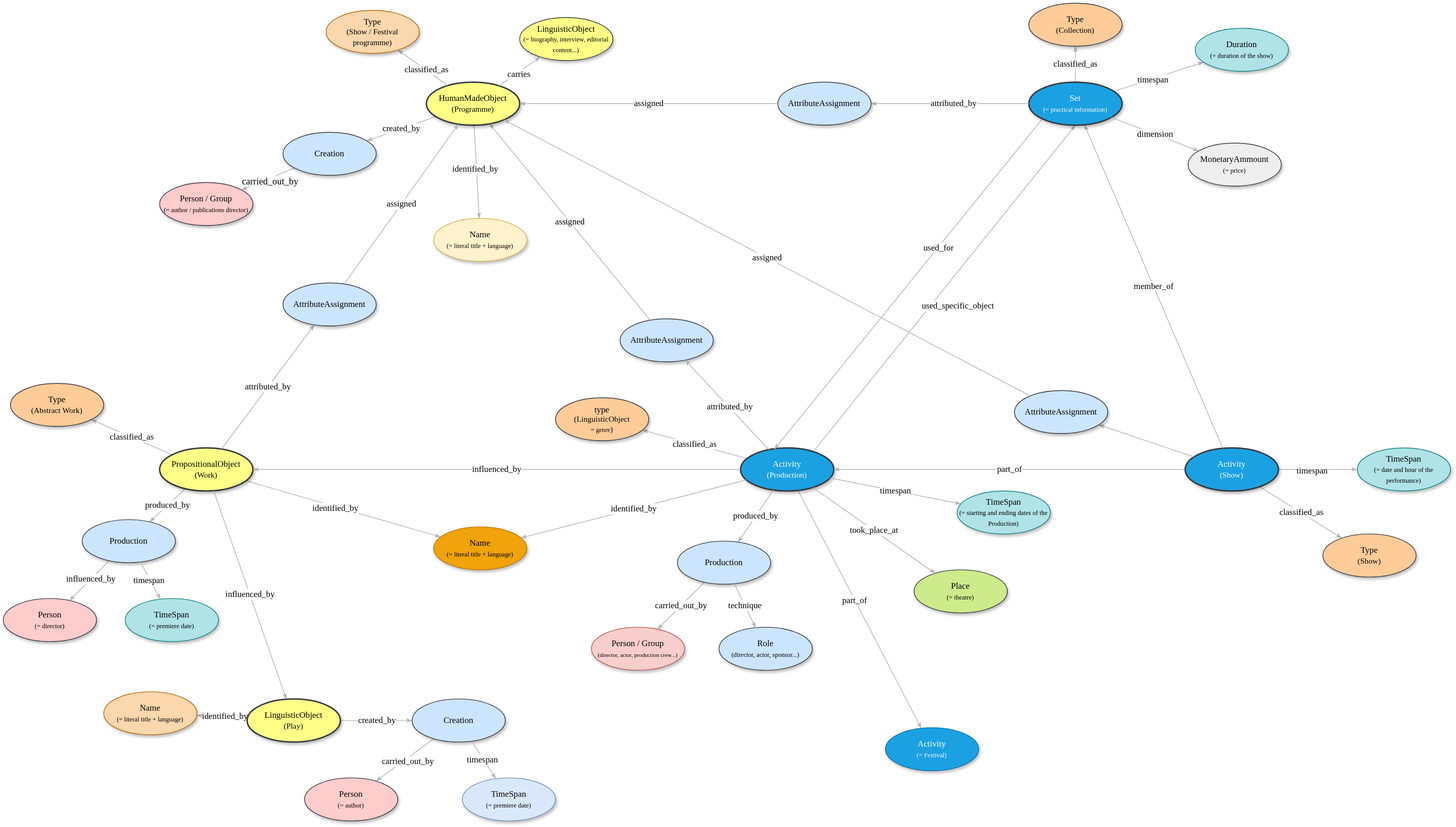
Above: Figures-Cookbook/Global.drawio.svg in stage-to-data/linked-art-pa (draw.io), before the change. Source tidied: cells renumbered, new cells last; positions are measured from the earlier drawing's top-left corner, leaving out a move shared by most shapes.
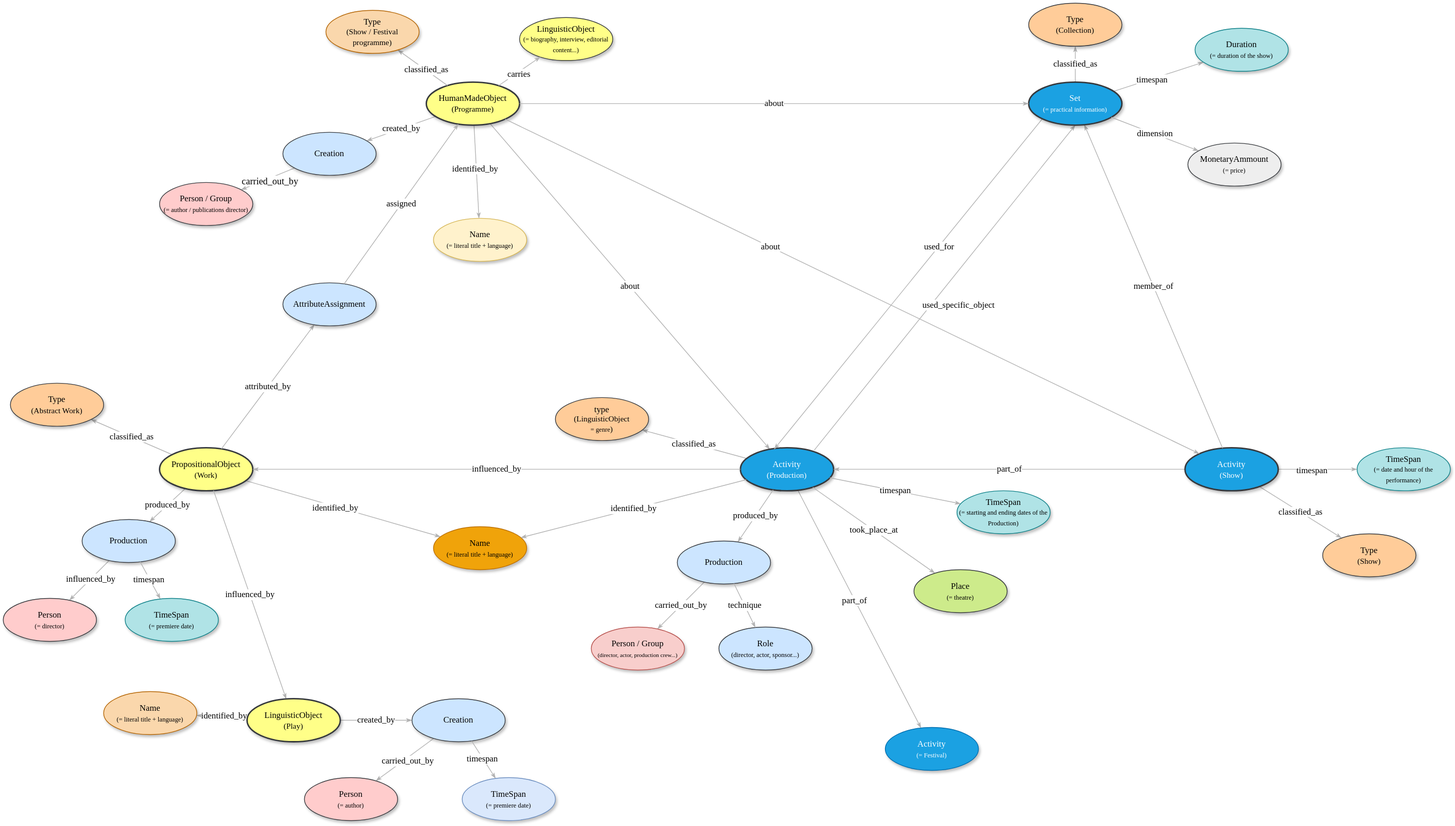
The same file after the commit.

Diff of the diagram source:
```diff
@@ -48,13 +48,10 @@
     <mxCell id="15" value="&lt;span&gt;TimeSpan&lt;/span&gt;&lt;div&gt;&lt;span&gt;&lt;font style=&quot;font-size: 9px;&quot;&gt;(= premiere date)&lt;/font&gt;&lt;/span&gt;&lt;/div&gt;" style="ellipse;whiteSpace=wrap;html=1;rounded=0;shadow=1;comic=0;labelBackgroundColor=none;strokeWidth=1;fontFamily=Verdana;fontSize=12;align=center;fillColor=#b0e3e6;strokeColor=#0e8088;" parent="1" vertex="1">
       <mxGeometry x="170" y="830" width="130" height="60" as="geometry" />
     </mxCell>
-    <mxCell id="16" value="&lt;span&gt;AttributeAssignment&lt;/span&gt;" style="ellipse;whiteSpace=wrap;html=1;rounded=0;shadow=1;comic=0;labelBackgroundColor=none;strokeWidth=1;fontFamily=Verdana;fontSize=12;align=center;fillColor=#cce5ff;strokeColor=#36393d;" parent="1" vertex="1">
-      <mxGeometry x="860" y="440" width="130" height="60" as="geometry" />
-    </mxCell>
     <mxCell id="17" value="attributed_by" style="edgeStyle=none;rounded=1;html=1;labelBackgroundColor=#FFFFFF;startArrow=none;startFill=0;startSize=5;endArrow=classicThin;endFill=1;endSize=5;jettySize=auto;strokeColor=#B3B3B3;strokeWidth=1;fontFamily=Verdana;fontSize=12;" parent="1" edge="1" source="6" target="89">
       <mxGeometry relative="1" as="geometry" />
     </mxCell>
-    <mxCell id="18" value="assigned" style="edgeStyle=none;rounded=1;html=1;labelBackgroundColor=#FFFFFF;startArrow=none;startFill=0;startSize=5;endArrow=classicThin;endFill=1;endSize=5;jettySize=auto;strokeColor=#B3B3B3;strokeWidth=1;fontFamily=Verdana;fontSize=12;" parent="1" edge="1" source="16" target="65">
+    <mxCell id="18" value="about" style="edgeStyle=none;rounded=1;html=1;labelBackgroundColor=#FFFFFF;startArrow=none;startFill=0;startSize=5;endArrow=classicThin;endFill=1;endSize=5;jettySize=auto;strokeColor=#B3B3B3;strokeWidth=1;fontFamily=Verdana;fontSize=12;" parent="1" edge="1" source="65" target="23">
       <mxGeometry relative="1" as="geometry" />
     </mxCell>
     <mxCell id="19" value="influen&lt;span style=&quot;background-color: light-dark(rgb(255, 255, 255), rgb(18, 18, 18)); color: light-dark(rgb(0, 0, 0), rgb(255, 255, 255));&quot;&gt;ced_by&lt;/span&gt;" style="edgeStyle=none;rounded=1;html=1;labelBackgroundColor=#FFFFFF;startArrow=none;startFill=0;startSize=5;endArrow=classicThin;endFill=1;endSize=5;jettySize=auto;strokeColor=#B3B3B3;strokeWidth=1;fontFamily=Verdana;fontSize=12;" parent="1" edge="1" source="6" target="80">
@@ -117,12 +114,6 @@
     <mxCell id="38" value="technique" style="edgeStyle=none;rounded=1;html=1;labelBackgroundColor=#FFFFFF;startArrow=none;startFill=0;startSize=5;endArrow=classicThin;endFill=1;endSize=5;jettySize=auto;strokeColor=#B3B3B3;strokeWidth=1;fontFamily=Verdana;fontSize=12;" parent="1" edge="1" source="36" target="37">
       <mxGeometry relative="1" as="geometry" />
     </mxCell>
-    <mxCell id="39" style="edgeStyle=none;rounded=1;html=1;labelBackgroundColor=#FFFFFF;startArrow=none;startFill=0;startSize=5;endArrow=classicThin;endFill=1;endSize=5;jettySize=auto;strokeColor=#B3B3B3;strokeWidth=1;fontFamily=Verdana;fontSize=12;" parent="1" edge="1" source="23" target="16">
-      <mxGeometry relative="1" as="geometry" />
-    </mxCell>
-    <mxCell id="40" value="&lt;font face=&quot;Verdana&quot; style=&quot;font-size: 12px;&quot;&gt;attributed_by&lt;/font&gt;" style="edgeLabel;html=1;align=center;verticalAlign=middle;" parent="39" vertex="1">
-      <mxGeometry x="-0.04" y="-1" relative="1" as="geometry" />
-    </mxCell>
     <mxCell id="41" style="edgeStyle=none;rounded=1;html=1;labelBackgroundColor=none;startArrow=none;startFill=0;startSize=5;endArrow=classicThin;endFill=1;endSize=5;jettySize=auto;strokeColor=#B3B3B3;strokeWidth=1;fontFamily=Verdana;fontSize=12;" parent="1" edge="1" source="45" target="46">
       <mxGeometry relative="1" as="geometry" />
     </mxCell>
@@ -147,14 +138,6 @@
     <mxCell id="48" value="&lt;span style=&quot;background-color: rgb(255, 255, 255);&quot;&gt;member_of&lt;/span&gt;" style="edgeStyle=none;rounded=1;html=1;labelBackgroundColor=none;startArrow=none;startFill=0;startSize=5;endArrow=classicThin;endFill=1;endSize=5;jettySize=auto;strokeColor=#B3B3B3;strokeWidth=1;fontFamily=Verdana;fontSize=12;" parent="1" edge="1" source="45" target="55">
       <mxGeometry relative="1" as="geometry" />
     </mxCell>
-    <mxCell id="49" style="edgeStyle=none;rounded=1;html=1;labelBackgroundColor=#FFFFFF;startArrow=none;startFill=0;startSize=5;endArrow=classicThin;endFill=1;endSize=5;jettySize=auto;strokeColor=#B3B3B3;strokeWidth=1;fontFamily=Verdana;fontSize=12;" parent="1" edge="1" source="45" target="91">
-      <mxGeometry relative="1" as="geometry" />
-    </mxCell>
-    <mxCell id="50" value="&lt;font face=&quot;Verdana&quot; style=&quot;font-size: 12px;&quot;&gt;attributed_by&lt;/font&gt;" style="edgeLabel;html=1;align=center;verticalAlign=middle;" parent="49" vertex="1">
-      <mxGeometry x="-0.04" y="-1" relative="1" as="geometry">
-        <mxPoint x="-110" y="-29" as="offset" />
-      </mxGeometry>
-    </mxCell>
     <mxCell id="51" style="edgeStyle=none;rounded=1;html=1;labelBackgroundColor=none;startArrow=none;startFill=0;startSize=5;endArrow=classicThin;endFill=1;endSize=5;jettySize=auto;strokeColor=#B3B3B3;strokeWidth=1;fontFamily=Verdana;fontSize=12;" parent="1" edge="1" source="55" target="56">
       <mxGeometry relative="1" as="geometry" />
     </mxCell>
@@ -182,12 +165,6 @@
     <mxCell id="59" value="&lt;span style=&quot;color: rgb(0, 0, 0);&quot;&gt;MonetaryAmmount&lt;/span&gt;&lt;div style=&quot;color: rgb(0, 0, 0);&quot;&gt;&lt;font style=&quot;font-size: 9px;&quot;&gt;(=&amp;nbsp;&lt;/font&gt;&lt;span style=&quot;font-size: 9px; background-color: transparent;&quot;&gt;price)&lt;/span&gt;&lt;/div&gt;" style="ellipse;whiteSpace=wrap;html=1;rounded=0;shadow=1;comic=0;labelBackgroundColor=none;strokeWidth=1;fontFamily=Verdana;fontSize=12;align=center;rotation=0;fillColor=#eeeeee;strokeColor=#36393d;" parent="1" vertex="1">
       <mxGeometry x="1652" y="195" width="130" height="60" as="geometry" />
     </mxCell>
-    <mxCell id="60" style="edgeStyle=none;rounded=1;html=1;labelBackgroundColor=#FFFFFF;startArrow=none;startFill=0;startSize=5;endArrow=classicThin;endFill=1;endSize=5;jettySize=auto;strokeColor=#B3B3B3;strokeWidth=1;fontFamily=Verdana;fontSize=12;" parent="1" edge="1" source="55" target="90">
-      <mxGeometry relative="1" as="geometry" />
-    </mxCell>
-    <mxCell id="61" value="&lt;font face=&quot;Verdana&quot; style=&quot;font-size: 12px;&quot;&gt;attributed_by&lt;/font&gt;" style="edgeLabel;html=1;align=center;verticalAlign=middle;" parent="60" vertex="1">
-      <mxGeometry x="-0.04" y="-1" relative="1" as="geometry" />
-    </mxCell>
     <mxCell id="62" style="edgeStyle=none;rounded=1;html=1;labelBackgroundColor=#FFFFFF;startArrow=none;startFill=0;startSize=5;endArrow=classicThin;endFill=1;endSize=5;jettySize=auto;strokeColor=#B3B3B3;strokeWidth=1;fontFamily=Verdana;fontSize=12;" parent="1" edge="1" source="65" target="66">
       <mxGeometry relative="1" as="geometry" />
     </mxCell>
@@ -276,19 +253,13 @@
     <mxCell id="89" value="&lt;span&gt;AttributeAssignment&lt;/span&gt;" style="ellipse;whiteSpace=wrap;html=1;rounded=0;shadow=1;comic=0;labelBackgroundColor=none;strokeWidth=1;fontFamily=Verdana;fontSize=12;align=center;fillColor=#cce5ff;strokeColor=#36393d;" parent="1" vertex="1">
       <mxGeometry x="390" y="390" width="130" height="60" as="geometry" />
     </mxCell>
-    <mxCell id="90" value="&lt;span&gt;AttributeAssignment&lt;/span&gt;" style="ellipse;whiteSpace=wrap;html=1;rounded=0;shadow=1;comic=0;labelBackgroundColor=none;strokeWidth=1;fontFamily=Verdana;fontSize=12;align=center;fillColor=#cce5ff;strokeColor=#36393d;" parent="1" vertex="1">
-      <mxGeometry x="1080" y="110" width="130" height="60" as="geometry" />
-    </mxCell>
-    <mxCell id="91" value="&lt;span&gt;AttributeAssignment&lt;/span&gt;" style="ellipse;whiteSpace=wrap;html=1;rounded=0;shadow=1;comic=0;labelBackgroundColor=none;strokeWidth=1;fontFamily=Verdana;fontSize=12;align=center;fillColor=#cce5ff;strokeColor=#36393d;" parent="1" vertex="1">
-      <mxGeometry x="1410" y="540" width="130" height="60" as="geometry" />
-    </mxCell>
     <mxCell id="92" value="assigned" style="edgeStyle=none;rounded=1;html=1;labelBackgroundColor=#FFFFFF;startArrow=none;startFill=0;startSize=5;endArrow=classicThin;endFill=1;endSize=5;jettySize=auto;strokeColor=#B3B3B3;strokeWidth=1;fontFamily=Verdana;fontSize=12;" parent="1" edge="1" source="89" target="65">
       <mxGeometry relative="1" as="geometry" />
     </mxCell>
-    <mxCell id="93" value="assigned" style="edgeStyle=none;rounded=1;html=1;labelBackgroundColor=#FFFFFF;startArrow=none;startFill=0;startSize=5;endArrow=classicThin;endFill=1;endSize=5;jettySize=auto;strokeColor=#B3B3B3;strokeWidth=1;fontFamily=Verdana;fontSize=12;" parent="1" edge="1" source="91" target="65">
-      <mxGeometry relative="1" as="geometry" />
+    <mxCell id="93" value="about" style="edgeStyle=none;rounded=1;html=1;labelBackgroundColor=#FFFFFF;startArrow=none;startFill=0;startSize=5;endArrow=classicThin;endFill=1;endSize=5;jettySize=auto;strokeColor=#B3B3B3;strokeWidth=1;fontFamily=Verdana;fontSize=12;" parent="1" edge="1" source="65" target="45">
+      <mxGeometry x="-0.24" relative="1" as="geometry" />
     </mxCell>
-    <mxCell id="94" value="assigned" style="edgeStyle=none;rounded=1;html=1;labelBackgroundColor=#FFFFFF;startArrow=none;startFill=0;startSize=5;endArrow=classicThin;endFill=1;endSize=5;jettySize=auto;strokeColor=#B3B3B3;strokeWidth=1;fontFamily=Verdana;fontSize=12;" parent="1" edge="1" source="90" target="65">
+    <mxCell id="94" value="about" style="edgeStyle=none;rounded=1;html=1;labelBackgroundColor=#FFFFFF;startArrow=none;startFill=0;startSize=5;endArrow=classicThin;endFill=1;endSize=5;jettySize=auto;strokeColor=#B3B3B3;strokeWidth=1;fontFamily=Verdana;fontSize=12;" parent="1" edge="1" source="65" target="55">
       <mxGeometry relative="1" as="geometry" />
     </mxCell>
   </root>
```
